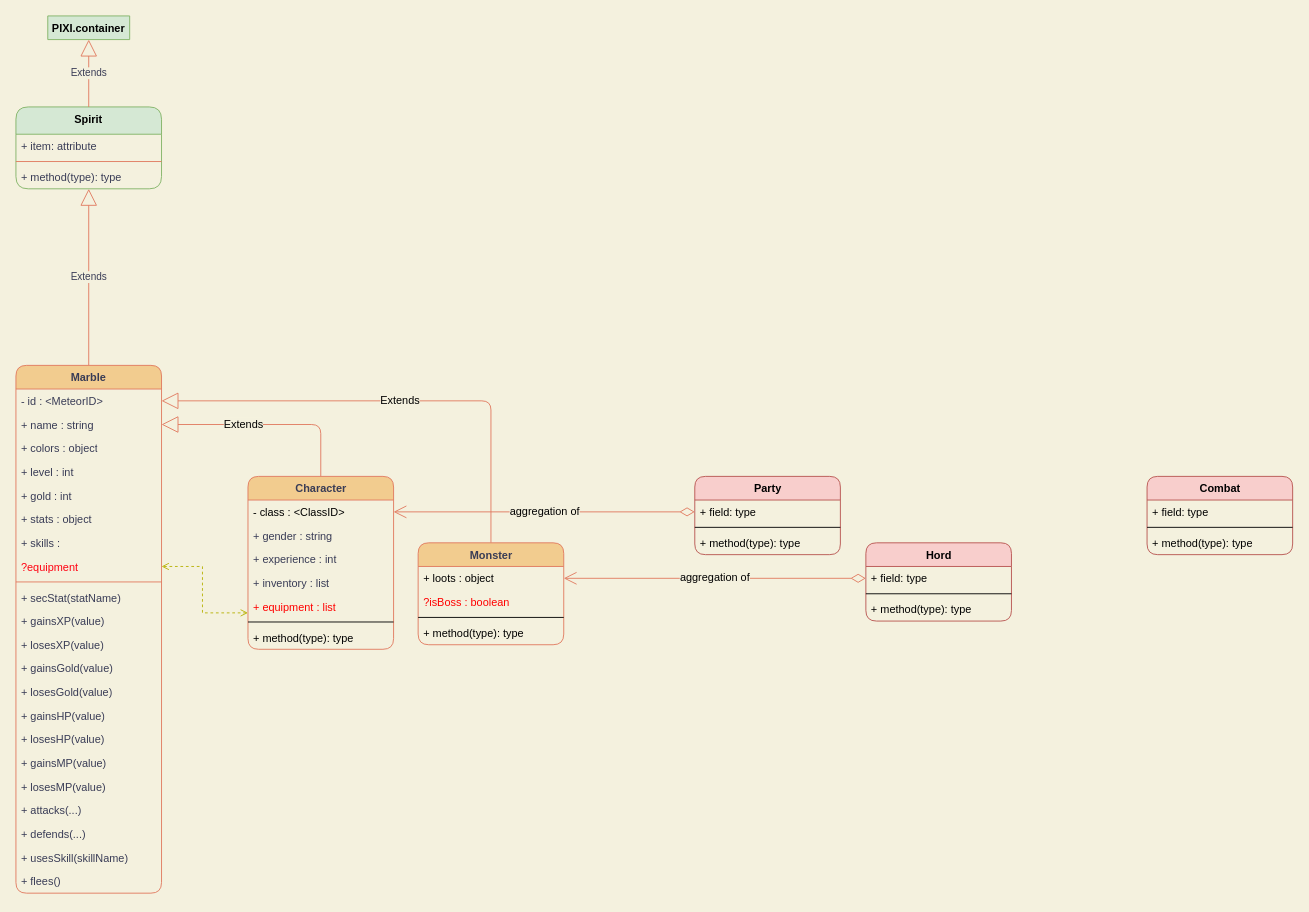
MonsieurTempo/Adventurous2 keeps this draw.io diagram as UMLdiagram.drawio. Above is the earlier version. Source tidied: cells renumbered, new cells numbered last; positions are measured from the earlier drawing's top-left corner, leaving out a move shared by most shapes. Both pictures are drawn from the tidied source at 91%, with x=0, y=0 at pixel (15, 15).
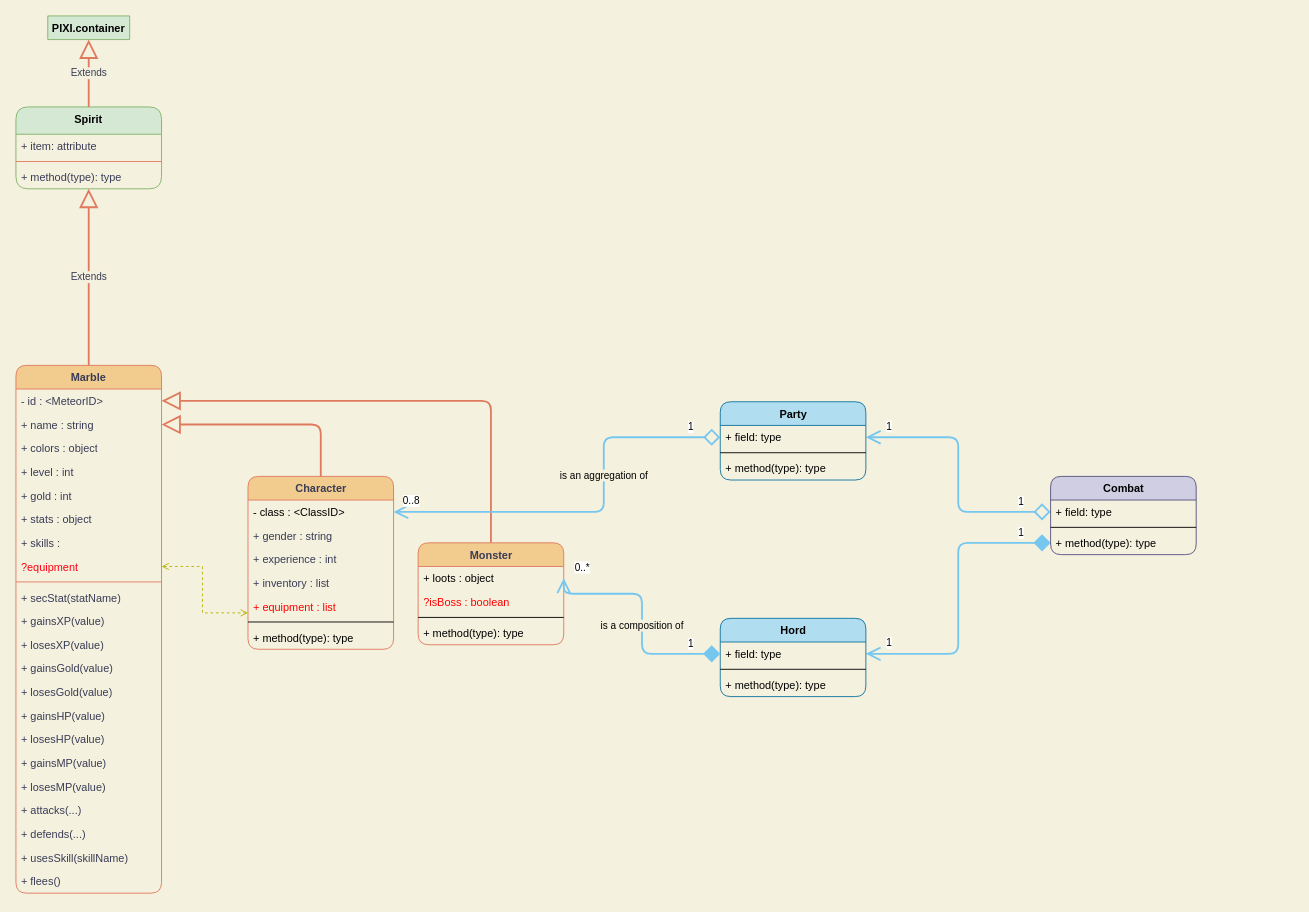
Above is the later version.

The change refers to these unchanged cells:
```xml
<mxCell id="2" value="PIXI.container" style="swimlane;fontStyle=1;align=center;verticalAlign=top;horizontal=1;startSize=26;fillColor=#d5e8d4;strokeColor=#82b366;rounded=1;" parent="1" vertex="1" collapsed="1">
  <mxGeometry x="35" width="90" height="26" as="geometry" />
</mxCell>
<mxCell id="3" value="Spirit" style="swimlane;fontStyle=1;align=center;verticalAlign=top;horizontal=1;startSize=30;fillColor=#d5e8d4;strokeColor=#82b366;rounded=1;" parent="1" vertex="1">
  <mxGeometry y="100" width="160" height="90" as="geometry" />
</mxCell>
<mxCell id="9" value="Marble" style="swimlane;fontStyle=1;align=center;verticalAlign=top;horizontal=1;startSize=26;fillColor=#F2CC8F;strokeColor=#E07A5F;fontColor=#393C56;rounded=1;" parent="1" vertex="1">
  <mxGeometry y="384" width="160" height="580" as="geometry" />
</mxCell>
<mxCell id="10" value="- id : &lt;MeteorID&gt;" style="text;strokeColor=none;fillColor=none;align=left;verticalAlign=top;spacingLeft=4;spacingRight=4;overflow=hidden;points=[[0,0.5],[1,0.5]];portConstraint=eastwest;fontColor=#393C56;rounded=1;" parent="9" vertex="1">
  <mxGeometry y="26" width="160" height="26" as="geometry" />
</mxCell>
<mxCell id="11" value="+ name : string" style="text;strokeColor=none;fillColor=none;align=left;verticalAlign=top;spacingLeft=4;spacingRight=4;overflow=hidden;points=[[0,0.5],[1,0.5]];portConstraint=eastwest;rounded=1;fontColor=#393C56;" parent="9" vertex="1">
  <mxGeometry y="52" width="160" height="26" as="geometry" />
</mxCell>
<mxCell id="36" value="Character" style="swimlane;fontStyle=1;align=center;verticalAlign=top;horizontal=1;startSize=26;rounded=1;strokeColor=#E07A5F;fillColor=#F2CC8F;fontSize=12;fontColor=#393C56;html=1;" parent="1" vertex="1">
  <mxGeometry x="255" y="506" width="160" height="190" as="geometry" />
</mxCell>
<mxCell id="37" value="- class : &lt;ClassID&gt;" style="text;strokeColor=none;fillColor=none;align=left;verticalAlign=top;spacingLeft=4;spacingRight=4;overflow=hidden;points=[[0,0.5],[1,0.5]];portConstraint=eastwest;" parent="36" vertex="1">
  <mxGeometry y="26" width="160" height="26" as="geometry" />
</mxCell>
<mxCell id="44" value="Monster" style="swimlane;fontStyle=1;align=center;verticalAlign=top;horizontal=1;startSize=26;rounded=1;strokeColor=#E07A5F;fillColor=#F2CC8F;fontSize=12;fontColor=#393C56;html=1;" parent="1" vertex="1">
  <mxGeometry x="442" y="579" width="160" height="112" as="geometry" />
</mxCell>
<mxCell id="45" value="+ loots : object" style="text;strokeColor=none;fillColor=none;align=left;verticalAlign=top;spacingLeft=4;spacingRight=4;overflow=hidden;points=[[0,0.5],[1,0.5]];portConstraint=eastwest;" parent="44" vertex="1">
  <mxGeometry y="26" width="160" height="26" as="geometry" />
</mxCell>
<mxCell id="50" value="+ field: type" style="text;strokeColor=none;fillColor=none;align=left;verticalAlign=top;spacingLeft=4;spacingRight=4;overflow=hidden;points=[[0,0.5],[1,0.5]];portConstraint=eastwest;" parent="49" vertex="1">
  <mxGeometry y="26" width="160" height="26" as="geometry" />
</mxCell>
<mxCell id="59" value="+ field: type" style="text;strokeColor=none;fillColor=none;align=left;verticalAlign=top;spacingLeft=4;spacingRight=4;overflow=hidden;points=[[0,0.5],[1,0.5]];portConstraint=eastwest;" parent="58" vertex="1">
  <mxGeometry y="26" width="160" height="26" as="geometry" />
</mxCell>
<mxCell id="61" value="+ method(type): type" style="text;strokeColor=none;fillColor=none;align=left;verticalAlign=top;spacingLeft=4;spacingRight=4;overflow=hidden;points=[[0,0.5],[1,0.5]];portConstraint=eastwest;" parent="58" vertex="1">
  <mxGeometry y="60" width="160" height="26" as="geometry" />
</mxCell>
```

Change to the diagram source:
```diff
@@
-    <mxCell id="7" value="Extends" style="endArrow=block;endSize=16;endFill=0;html=1;exitX=0.5;exitY=0;exitDx=0;exitDy=0;entryX=0.5;entryY=1;entryDx=0;entryDy=0;labelBackgroundColor=#F4F1DE;strokeColor=#E07A5F;fontColor=#393C56;" parent="1" edge="1" source="3" target="2">
+    <mxCell id="7" value="Extends" style="endArrow=block;endSize=16;endFill=0;html=1;exitX=0.5;exitY=0;exitDx=0;exitDy=0;entryX=0.5;entryY=1;entryDx=0;entryDy=0;labelBackgroundColor=#F4F1DE;strokeColor=#E07A5F;fontColor=#393C56;strokeWidth=2;" parent="1" edge="1" source="3" target="2">
       <mxGeometry relative="1" as="geometry" />
     </mxCell>
-    <mxCell id="8" value="Extends" style="endArrow=block;endSize=16;endFill=0;html=1;exitX=0.5;exitY=0;exitDx=0;exitDy=0;entryX=0.5;entryY=1;entryDx=0;entryDy=0;labelBackgroundColor=#F4F1DE;fontColor=#393C56;strokeColor=#E07A5F;" parent="1" edge="1" source="9" target="3">
+    <mxCell id="8" value="Extends" style="endArrow=block;endSize=16;endFill=0;html=1;exitX=0.5;exitY=0;exitDx=0;exitDy=0;entryX=0.5;entryY=1;entryDx=0;entryDy=0;labelBackgroundColor=#F4F1DE;fontColor=#393C56;strokeColor=#E07A5F;strokeWidth=2;" parent="1" edge="1" source="9" target="3">
       <mxGeometry relative="1" as="geometry" />
     </mxCell>
@@
-    <mxCell id="33" value="aggregation of" style="endArrow=open;html=1;endSize=12;startArrow=diamondThin;startSize=14;startFill=0;edgeStyle=orthogonalEdgeStyle;labelBackgroundColor=#F4F1DE;strokeColor=#E07A5F;fillColor=#F2CC8F;fontSize=12;fontColor=#000000;exitX=0;exitY=0.5;exitDx=0;exitDy=0;entryX=1;entryY=0.5;entryDx=0;entryDy=0;" parent="1" edge="1" source="50" target="45">
-      <mxGeometry relative="1" as="geometry" />
-    </mxCell>
-    <mxCell id="34" value="Extends" style="endArrow=block;endSize=16;endFill=0;html=1;strokeColor=#E07A5F;fillColor=#F2CC8F;fontSize=12;exitX=0.5;exitY=0;exitDx=0;exitDy=0;entryX=1;entryY=0.5;entryDx=0;entryDy=0;edgeStyle=orthogonalEdgeStyle;labelBackgroundColor=#F4F1DE;" parent="1" edge="1" source="44" target="10">
+    <mxCell id="34" style="endArrow=block;endSize=16;endFill=0;html=1;strokeColor=#E07A5F;fillColor=#F2CC8F;fontSize=12;exitX=0.5;exitY=0;exitDx=0;exitDy=0;entryX=1;entryY=0.5;entryDx=0;entryDy=0;edgeStyle=orthogonalEdgeStyle;labelBackgroundColor=#F4F1DE;strokeWidth=2;" parent="1" edge="1" source="44" target="10">
       <mxGeometry x="-0.2" y="49" relative="1" as="geometry">
         <Array as="points">
           <mxPoint x="522" y="423" />
         </Array>
         <mxPoint x="-49" y="-49" as="offset" />
       </mxGeometry>
     </mxCell>
-    <mxCell id="35" value="Extends" style="endArrow=block;endSize=16;endFill=0;html=1;strokeColor=#E07A5F;fillColor=#F2CC8F;fontSize=12;exitX=0.5;exitY=0;exitDx=0;exitDy=0;entryX=1;entryY=0.5;entryDx=0;entryDy=0;edgeStyle=orthogonalEdgeStyle;labelBackgroundColor=#F4F1DE;" parent="1" edge="1" source="36" target="11">
+    <mxCell id="35" style="endArrow=block;endSize=16;endFill=0;html=1;strokeColor=#E07A5F;fillColor=#F2CC8F;fontSize=12;exitX=0.5;exitY=0;exitDx=0;exitDy=0;entryX=1;entryY=0.5;entryDx=0;entryDy=0;edgeStyle=orthogonalEdgeStyle;labelBackgroundColor=#F4F1DE;strokeWidth=2;" parent="1" edge="1" source="36" target="11">
       <mxGeometry x="-0.2" y="49" relative="1" as="geometry">
         <Array as="points">
           <mxPoint x="335" y="449" />
         </Array>
         <mxPoint x="-49" y="-49" as="offset" />
       </mxGeometry>
     </mxCell>
@@
+    <mxCell id="62" style="endArrow=open;html=1;endSize=12;startArrow=diamond;startSize=14;startFill=0;edgeStyle=orthogonalEdgeStyle;exitX=0;exitY=0.5;exitDx=0;exitDy=0;entryX=1;entryY=0.5;entryDx=0;entryDy=0;labelBackgroundColor=#F4F1DE;strokeColor=#76C7F0;strokeWidth=2;endFill=1;" parent="1" edge="1" source="59" target="55">
+      <mxGeometry relative="1" as="geometry" />
+    </mxCell>
+    <mxCell id="63" value="1" style="edgeLabel;html=1;align=left;verticalAlign=top;" parent="62" vertex="1">
+      <mxGeometry x="-1" relative="1" as="geometry">
+        <mxPoint x="-37" y="-24" as="offset" />
+      </mxGeometry>
+    </mxCell>
+    <mxCell id="64" value="1" style="edgeLabel;html=1;align=right;verticalAlign=top;" parent="62" vertex="1">
+      <mxGeometry x="1" relative="1" as="geometry">
+        <mxPoint x="29" y="-25" as="offset" />
+      </mxGeometry>
+    </mxCell>
+    <mxCell id="65" style="endArrow=open;html=1;endSize=12;startArrow=diamond;startSize=14;startFill=1;edgeStyle=orthogonalEdgeStyle;exitX=0;exitY=0.5;exitDx=0;exitDy=0;entryX=1;entryY=0.5;entryDx=0;entryDy=0;labelBackgroundColor=#F4F1DE;strokeColor=#76C7F0;strokeWidth=2;" parent="1" edge="1" source="61" target="50">
+      <mxGeometry relative="1" as="geometry" />
+    </mxCell>
+    <mxCell id="66" value="1" style="edgeLabel;html=1;align=left;verticalAlign=top;" parent="65" vertex="1">
+      <mxGeometry x="-1" relative="1" as="geometry">
+        <mxPoint x="-37" y="-24" as="offset" />
+      </mxGeometry>
+    </mxCell>
+    <mxCell id="67" value="1" style="edgeLabel;html=1;align=right;verticalAlign=top;" parent="65" vertex="1">
+      <mxGeometry x="1" relative="1" as="geometry">
+        <mxPoint x="29" y="-25" as="offset" />
+      </mxGeometry>
+    </mxCell>
+    <mxCell id="54" value="Party" style="swimlane;fontStyle=1;align=center;verticalAlign=top;horizontal=1;startSize=26;rounded=1;fontSize=12;html=1;strokeColor=#10739e;fillColor=#B1DDF0;" parent="1" vertex="1">
+      <mxGeometry x="774" y="424" width="160" height="86" as="geometry" />
+    </mxCell>
+    <mxCell id="55" value="+ field: type" style="text;strokeColor=none;fillColor=none;align=left;verticalAlign=top;spacingLeft=4;spacingRight=4;overflow=hidden;points=[[0,0.5],[1,0.5]];portConstraint=eastwest;" parent="54" vertex="1">
+      <mxGeometry y="26" width="160" height="26" as="geometry" />
+    </mxCell>
+    <mxCell id="56" style="line;strokeWidth=1;fillColor=none;align=left;verticalAlign=middle;spacingTop=-1;spacingLeft=3;spacingRight=3;labelPosition=right;" parent="54" vertex="1">
+      <mxGeometry y="52" width="160" height="8" as="geometry" />
+    </mxCell>
+    <mxCell id="57" value="+ method(type): type" style="text;strokeColor=none;fillColor=none;align=left;verticalAlign=top;spacingLeft=4;spacingRight=4;overflow=hidden;" parent="54" vertex="1">
+      <mxGeometry y="60" width="160" height="26" as="geometry" />
+    </mxCell>
-    <mxCell id="49" value="Hord" style="swimlane;fontStyle=1;align=center;verticalAlign=top;horizontal=1;startSize=26;rounded=1;strokeColor=#b85450;fillColor=#f8cecc;fontSize=12;html=1;" parent="1" vertex="1">
-      <mxGeometry x="934" y="579" width="160" height="86" as="geometry" />
+    <mxCell id="49" value="Hord" style="swimlane;fontStyle=1;align=center;verticalAlign=top;horizontal=1;startSize=26;rounded=1;strokeColor=#10739e;fontSize=12;html=1;fillColor=#b1ddf0;" parent="1" vertex="1">
+      <mxGeometry x="774" y="662" width="160" height="86" as="geometry" />
     </mxCell>
@@
-    <mxCell id="53" value="aggregation of" style="endArrow=open;html=1;endSize=12;startArrow=diamondThin;startSize=14;startFill=0;edgeStyle=orthogonalEdgeStyle;labelBackgroundColor=#F4F1DE;strokeColor=#E07A5F;fillColor=#F2CC8F;fontSize=12;fontColor=#000000;exitX=0;exitY=0.5;exitDx=0;exitDy=0;" parent="1" edge="1" source="55">
-      <mxGeometry relative="1" as="geometry">
-        <mxPoint x="415" y="545" as="targetPoint" />
-      </mxGeometry>
-    </mxCell>
-    <mxCell id="54" value="Party" style="swimlane;fontStyle=1;align=center;verticalAlign=top;horizontal=1;startSize=26;rounded=1;strokeColor=#b85450;fillColor=#f8cecc;fontSize=12;html=1;" parent="1" vertex="1">
-      <mxGeometry x="746" y="506" width="160" height="86" as="geometry" />
-    </mxCell>
-    <mxCell id="55" value="+ field: type" style="text;strokeColor=none;fillColor=none;align=left;verticalAlign=top;spacingLeft=4;spacingRight=4;overflow=hidden;points=[[0,0.5],[1,0.5]];portConstraint=eastwest;" parent="54" vertex="1">
-      <mxGeometry y="26" width="160" height="26" as="geometry" />
-    </mxCell>
-    <mxCell id="56" style="line;strokeWidth=1;fillColor=none;align=left;verticalAlign=middle;spacingTop=-1;spacingLeft=3;spacingRight=3;labelPosition=right;" parent="54" vertex="1">
-      <mxGeometry y="52" width="160" height="8" as="geometry" />
-    </mxCell>
-    <mxCell id="57" value="+ method(type): type" style="text;strokeColor=none;fillColor=none;align=left;verticalAlign=top;spacingLeft=4;spacingRight=4;overflow=hidden;" parent="54" vertex="1">
-      <mxGeometry y="60" width="160" height="26" as="geometry" />
-    </mxCell>
+    <mxCell id="68" value="is an aggregation of" style="endArrow=open;html=1;endSize=12;startArrow=diamond;startSize=14;startFill=0;edgeStyle=orthogonalEdgeStyle;exitX=0;exitY=0.5;exitDx=0;exitDy=0;entryX=1;entryY=0.5;entryDx=0;entryDy=0;labelBackgroundColor=#F4F1DE;strokeColor=#76C7F0;strokeWidth=2;" parent="1" edge="1" source="55" target="37">
+      <mxGeometry x="-0.23" relative="1" as="geometry">
+        <Array as="points">
+          <mxPoint x="646" y="463" />
+          <mxPoint x="646" y="545" />
+        </Array>
+      </mxGeometry>
+    </mxCell>
+    <mxCell id="69" value="1" style="edgeLabel;html=1;align=left;verticalAlign=top;" parent="68" vertex="1">
+      <mxGeometry x="-1" relative="1" as="geometry">
+        <mxPoint x="-37" y="-24" as="offset" />
+      </mxGeometry>
+    </mxCell>
+    <mxCell id="70" value="0..8" style="edgeLabel;html=1;align=right;verticalAlign=top;" parent="68" vertex="1">
+      <mxGeometry x="1" relative="1" as="geometry">
+        <mxPoint x="29" y="-25" as="offset" />
+      </mxGeometry>
+    </mxCell>
-    <mxCell id="58" value="Combat" style="swimlane;fontStyle=1;align=center;verticalAlign=top;horizontal=1;startSize=26;rounded=1;strokeColor=#b85450;fillColor=#f8cecc;fontSize=12;html=1;" parent="1" vertex="1">
-      <mxGeometry x="1243" y="506" width="160" height="86" as="geometry" />
+    <mxCell id="58" value="Combat" style="swimlane;fontStyle=1;align=center;verticalAlign=top;horizontal=1;startSize=26;rounded=1;strokeColor=#56517e;fillColor=#d0cee2;fontSize=12;html=1;" parent="1" vertex="1">
+      <mxGeometry x="1137" y="506" width="160" height="86" as="geometry" />
     </mxCell>
@@
+    <mxCell id="33" value="is a composition of" style="endArrow=open;html=1;endSize=12;startArrow=diamond;startSize=14;startFill=1;edgeStyle=orthogonalEdgeStyle;exitX=0;exitY=0.5;exitDx=0;exitDy=0;entryX=1;entryY=0.5;entryDx=0;entryDy=0;labelBackgroundColor=#F4F1DE;strokeColor=#76C7F0;strokeWidth=2;" parent="1" edge="1" source="50" target="45">
+      <mxGeometry x="-0.08" relative="1" as="geometry">
+        <Array as="points">
+          <mxPoint x="688" y="701" />
+          <mxPoint x="688" y="635" />
+          <mxPoint x="602" y="635" />
+        </Array>
+      </mxGeometry>
+    </mxCell>
+    <mxCell id="71" value="1" style="edgeLabel;html=1;align=left;verticalAlign=top;" parent="33" vertex="1">
+      <mxGeometry x="-1" relative="1" as="geometry">
+        <mxPoint x="-37" y="-24" as="offset" />
+      </mxGeometry>
+    </mxCell>
+    <mxCell id="72" value="0..*" style="edgeLabel;html=1;align=right;verticalAlign=top;" parent="33" vertex="1">
+      <mxGeometry x="1" relative="1" as="geometry">
+        <mxPoint x="29" y="-25" as="offset" />
+      </mxGeometry>
+    </mxCell>
```
